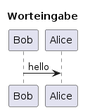
Above: docs/requirements/F001/F001_act.png in wordle-time/wordle-time (PlantUML), before the change. The source it was exported from:
```plantuml
@startuml F001_act
<style file=plantStyle.css>
title "Worteingabe"

Bob -> Alice : hello
@enduml
```
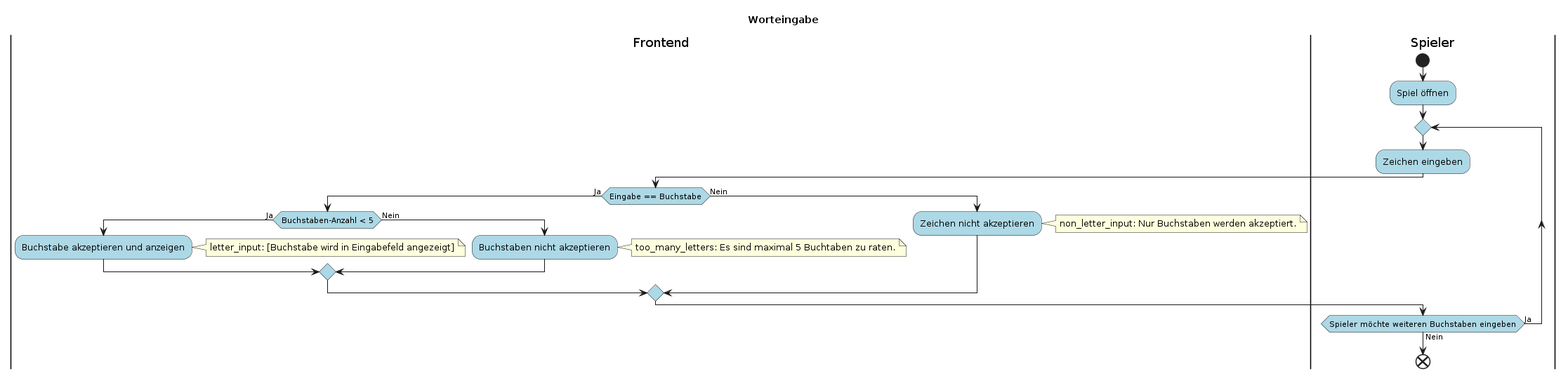
The same file after the commit.

Commit message:
F001 activity diagram

The edit, as a diff of the source:
```diff
@@ -2,5 +2,34 @@
 <style file=plantStyle.css>
 title "Worteingabe"
 
-Bob -> Alice : hello
+|Frontend|
+|Spieler|
+
+start
+:Spiel öffnen;
+repeat
+    :Zeichen eingeben;
+    |Frontend|
+    if(Eingabe == Buchstabe) then (Ja)
+        if(Buchstaben-Anzahl < 5) then (Ja)
+            :Buchstabe akzeptieren und anzeigen;
+            note right
+                letter_input: [Buchstabe wird in Eingabefeld angezeigt]
+            end note
+        else (Nein)
+            :Buchstaben nicht akzeptieren;
+            note right
+                too_many_letters: Es sind maximal 5 Buchtaben zu raten.
+            end note
+        endif
+    else (Nein)
+        :Zeichen nicht akzeptieren;
+        note right
+            non_letter_input: Nur Buchstaben werden akzeptiert.
+        end note
+    endif
+    |Spieler|
+repeat while(Spieler möchte weiteren Buchstaben eingeben) is (Ja) not (Nein)
+end
+
 @enduml
```
